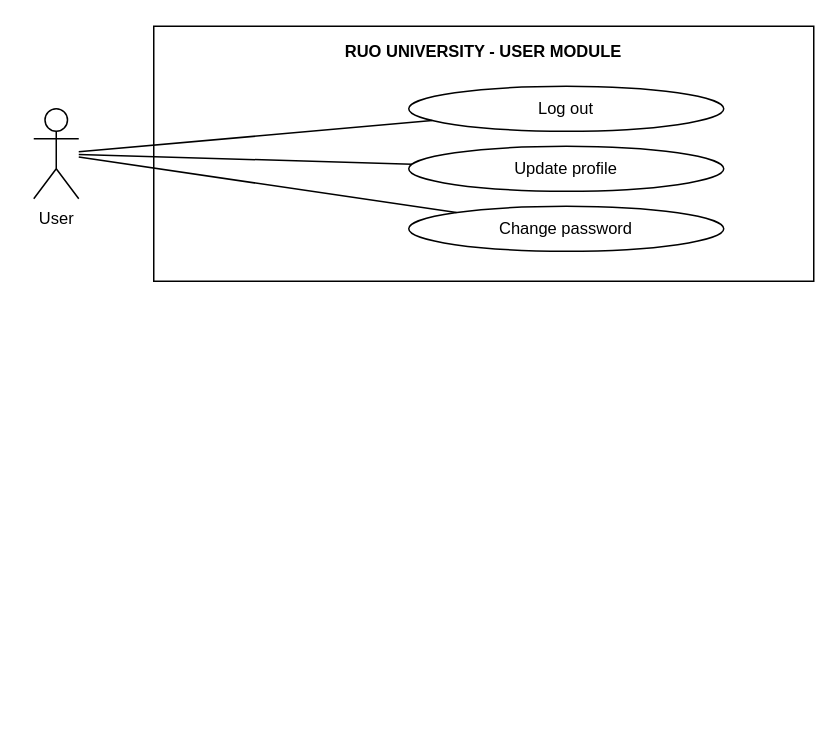
This is page "2. Lecturer" (2 of 5) of Actor_UseCase.drawio from Hoang-124/Ruo, a draw.io file, before an edit. Source tidied: cells renumbered, new cells numbered last; positions are measured from the earlier drawing's top-left corner, leaving out a move shared by most shapes. Both pictures are drawn from the tidied source at 150%, with x=0, y=0 at pixel (33, 26).
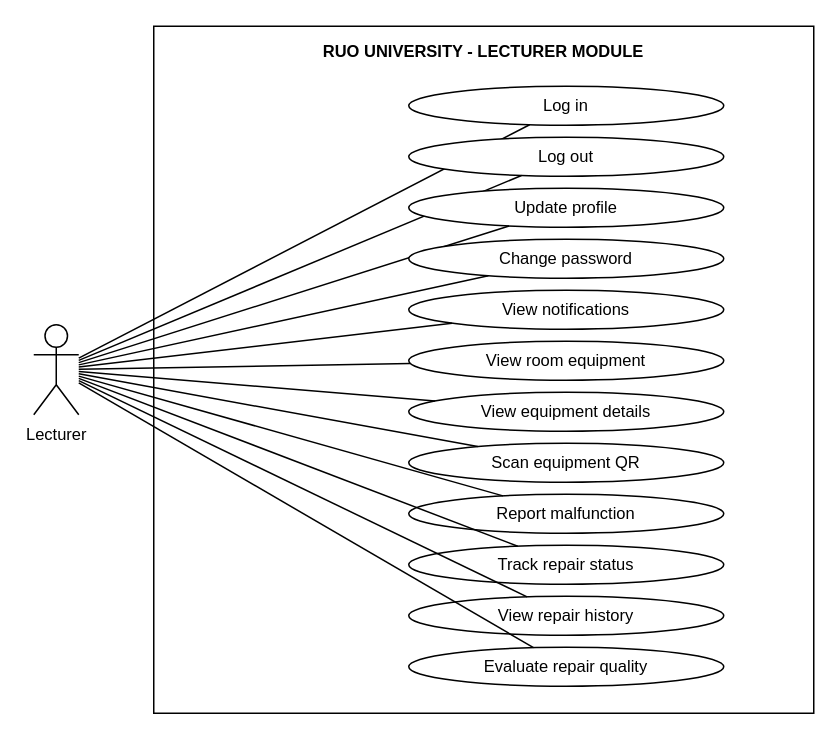
Above is the later version.

Commit message (it also covers changes not shown here):
docs(usecase): fold account UCs into each actor page and add view/lookup use cases

The edit, as a diff of the source:
```diff
@@
-    <mxCell id="2" value="RUO UNIVERSITY - USER MODULE" style="rounded=0;whiteSpace=wrap;html=1;fillColor=none;verticalAlign=top;align=center;fontSize=11;fontStyle=1;spacingTop=4;" parent="1" vertex="1">
-      <mxGeometry x="80" width="440" height="170" as="geometry" />
+    <mxCell id="2" value="RUO UNIVERSITY - LECTURER MODULE" style="rounded=0;whiteSpace=wrap;html=1;fillColor=none;verticalAlign=top;align=center;fontSize=11;fontStyle=1;spacingTop=4;" parent="1" vertex="1">
+      <mxGeometry x="80" width="440" height="458" as="geometry" />
     </mxCell>
-    <mxCell id="3" value="User" style="shape=umlActor;verticalLabelPosition=bottom;verticalAlign=top;html=1;outlineConnect=0;fontSize=11;" parent="1" vertex="1">
-      <mxGeometry y="55" width="30" height="60" as="geometry" />
+    <mxCell id="3" value="Lecturer" style="shape=umlActor;verticalLabelPosition=bottom;verticalAlign=top;html=1;outlineConnect=0;fontSize=11;" parent="1" vertex="1">
+      <mxGeometry y="199" width="30" height="60" as="geometry" />
     </mxCell>
-    <mxCell id="4" value="Log out" style="ellipse;whiteSpace=wrap;html=1;fontSize=11;fillColor=#ffffff;strokeColor=#000000;" parent="1" vertex="1">
-      <mxGeometry x="250" y="40" width="210" height="30" as="geometry" />
+    <mxCell id="4" value="Log in" style="ellipse;whiteSpace=wrap;html=1;fontSize=11;fillColor=#ffffff;strokeColor=#000000;" parent="1" vertex="1">
+      <mxGeometry x="250" y="40" width="210" height="26" as="geometry" />
     </mxCell>
@@
-    <mxCell id="6" value="Update profile" style="ellipse;whiteSpace=wrap;html=1;fontSize=11;fillColor=#ffffff;strokeColor=#000000;" parent="1" vertex="1">
-      <mxGeometry x="250" y="80" width="210" height="30" as="geometry" />
+    <mxCell id="6" value="Log out" style="ellipse;whiteSpace=wrap;html=1;fontSize=11;fillColor=#ffffff;strokeColor=#000000;" parent="1" vertex="1">
+      <mxGeometry x="250" y="74" width="210" height="26" as="geometry" />
     </mxCell>
@@
-    <mxCell id="8" value="Change password" style="ellipse;whiteSpace=wrap;html=1;fontSize=11;fillColor=#ffffff;strokeColor=#000000;" parent="1" vertex="1">
-      <mxGeometry x="250" y="120" width="210" height="30" as="geometry" />
+    <mxCell id="8" value="Update profile" style="ellipse;whiteSpace=wrap;html=1;fontSize=11;fillColor=#ffffff;strokeColor=#000000;" parent="1" vertex="1">
+      <mxGeometry x="250" y="108" width="210" height="26" as="geometry" />
     </mxCell>
@@
+    <mxCell id="10" value="Change password" style="ellipse;whiteSpace=wrap;html=1;fontSize=11;fillColor=#ffffff;strokeColor=#000000;" parent="1" vertex="1">
+      <mxGeometry x="250" y="142" width="210" height="26" as="geometry" />
+    </mxCell>
+    <mxCell id="11" style="endArrow=none;html=1;rounded=0;strokeWidth=1;" parent="1" edge="1" source="3" target="10">
+      <mxGeometry relative="1" as="geometry" />
+    </mxCell>
+    <mxCell id="12" value="View notifications" style="ellipse;whiteSpace=wrap;html=1;fontSize=11;fillColor=#ffffff;strokeColor=#000000;" parent="1" vertex="1">
+      <mxGeometry x="250" y="176" width="210" height="26" as="geometry" />
+    </mxCell>
+    <mxCell id="13" style="endArrow=none;html=1;rounded=0;strokeWidth=1;" parent="1" edge="1" source="3" target="12">
+      <mxGeometry relative="1" as="geometry" />
+    </mxCell>
+    <mxCell id="14" value="View room equipment" style="ellipse;whiteSpace=wrap;html=1;fontSize=11;fillColor=#ffffff;strokeColor=#000000;" parent="1" vertex="1">
+      <mxGeometry x="250" y="210" width="210" height="26" as="geometry" />
+    </mxCell>
+    <mxCell id="15" style="endArrow=none;html=1;rounded=0;strokeWidth=1;" parent="1" edge="1" source="3" target="14">
+      <mxGeometry relative="1" as="geometry" />
+    </mxCell>
+    <mxCell id="16" value="View equipment details" style="ellipse;whiteSpace=wrap;html=1;fontSize=11;fillColor=#ffffff;strokeColor=#000000;" parent="1" vertex="1">
+      <mxGeometry x="250" y="244" width="210" height="26" as="geometry" />
+    </mxCell>
+    <mxCell id="17" style="endArrow=none;html=1;rounded=0;strokeWidth=1;" parent="1" edge="1" source="3" target="16">
+      <mxGeometry relative="1" as="geometry" />
+    </mxCell>
+    <mxCell id="18" value="Scan equipment QR" style="ellipse;whiteSpace=wrap;html=1;fontSize=11;fillColor=#ffffff;strokeColor=#000000;" parent="1" vertex="1">
+      <mxGeometry x="250" y="278" width="210" height="26" as="geometry" />
+    </mxCell>
+    <mxCell id="19" style="endArrow=none;html=1;rounded=0;strokeWidth=1;" parent="1" edge="1" source="3" target="18">
+      <mxGeometry relative="1" as="geometry" />
+    </mxCell>
+    <mxCell id="20" value="Report malfunction" style="ellipse;whiteSpace=wrap;html=1;fontSize=11;fillColor=#ffffff;strokeColor=#000000;" parent="1" vertex="1">
+      <mxGeometry x="250" y="312" width="210" height="26" as="geometry" />
+    </mxCell>
+    <mxCell id="21" style="endArrow=none;html=1;rounded=0;strokeWidth=1;" parent="1" edge="1" source="3" target="20">
+      <mxGeometry relative="1" as="geometry" />
+    </mxCell>
+    <mxCell id="22" value="Track repair status" style="ellipse;whiteSpace=wrap;html=1;fontSize=11;fillColor=#ffffff;strokeColor=#000000;" parent="1" vertex="1">
+      <mxGeometry x="250" y="346" width="210" height="26" as="geometry" />
+    </mxCell>
+    <mxCell id="23" style="endArrow=none;html=1;rounded=0;strokeWidth=1;" parent="1" edge="1" source="3" target="22">
+      <mxGeometry relative="1" as="geometry" />
+    </mxCell>
+    <mxCell id="24" value="View repair history" style="ellipse;whiteSpace=wrap;html=1;fontSize=11;fillColor=#ffffff;strokeColor=#000000;" parent="1" vertex="1">
+      <mxGeometry x="250" y="380" width="210" height="26" as="geometry" />
+    </mxCell>
+    <mxCell id="25" style="endArrow=none;html=1;rounded=0;strokeWidth=1;" parent="1" edge="1" source="3" target="24">
+      <mxGeometry relative="1" as="geometry" />
+    </mxCell>
+    <mxCell id="26" value="Evaluate repair quality" style="ellipse;whiteSpace=wrap;html=1;fontSize=11;fillColor=#ffffff;strokeColor=#000000;" parent="1" vertex="1">
+      <mxGeometry x="250" y="414" width="210" height="26" as="geometry" />
+    </mxCell>
+    <mxCell id="27" style="endArrow=none;html=1;rounded=0;strokeWidth=1;" parent="1" edge="1" source="3" target="26">
+      <mxGeometry relative="1" as="geometry" />
+    </mxCell>
```
